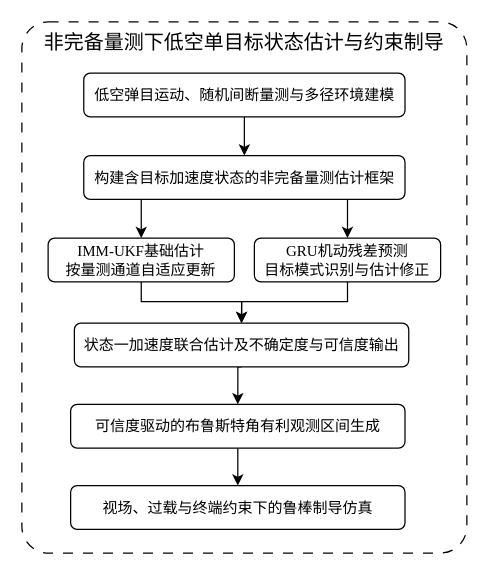
The draw.io diagram 单目标非完备量测与低空约束制导.drawio in master-fency/plot, before the edit. Source tidied: cells renumbered, new cells numbered last; positions are measured from the earlier drawing's top-left corner, leaving out a move shared by most shapes. Both pictures are drawn from the tidied source at 125%, with x=0, y=0 at pixel (21, 21).
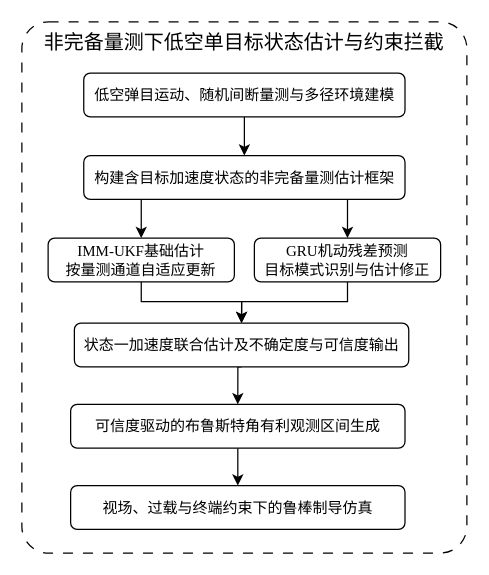
The same page after the edit.

Commit message:
更新单目标非完备量测与低空约束制导.drawio

Unchanged cells that the change refers to:
```xml
<mxCell id="2" style="group;" parent="1" vertex="1">
  <mxGeometry width="356" height="425" as="geometry" />
</mxCell>
```

What changed in the source:
```diff
@@
-    <mxCell id="3" value="&lt;font style=&quot;font-size: 16px;&quot;&gt;非完备量测下低空单目标状态估计与约束制导&lt;/font&gt;" style="rounded=1;whiteSpace=wrap;html=1;roundedPerimeter=1;fontFamily=Times New Roman;verticalAlign=top;arcSize=6;strokeColor=default;dashed=1;dashPattern=8 8;" parent="2" vertex="1">
+    <mxCell id="3" value="&lt;font style=&quot;font-size: 16px;&quot;&gt;非完备量测下低空单目标状态估计与约束拦截&lt;/font&gt;" style="rounded=1;whiteSpace=wrap;html=1;roundedPerimeter=1;fontFamily=Times New Roman;verticalAlign=top;arcSize=6;strokeColor=default;dashed=1;dashPattern=8 8;" parent="2" vertex="1">
       <mxGeometry width="356" height="425" as="geometry" />
     </mxCell>
```
